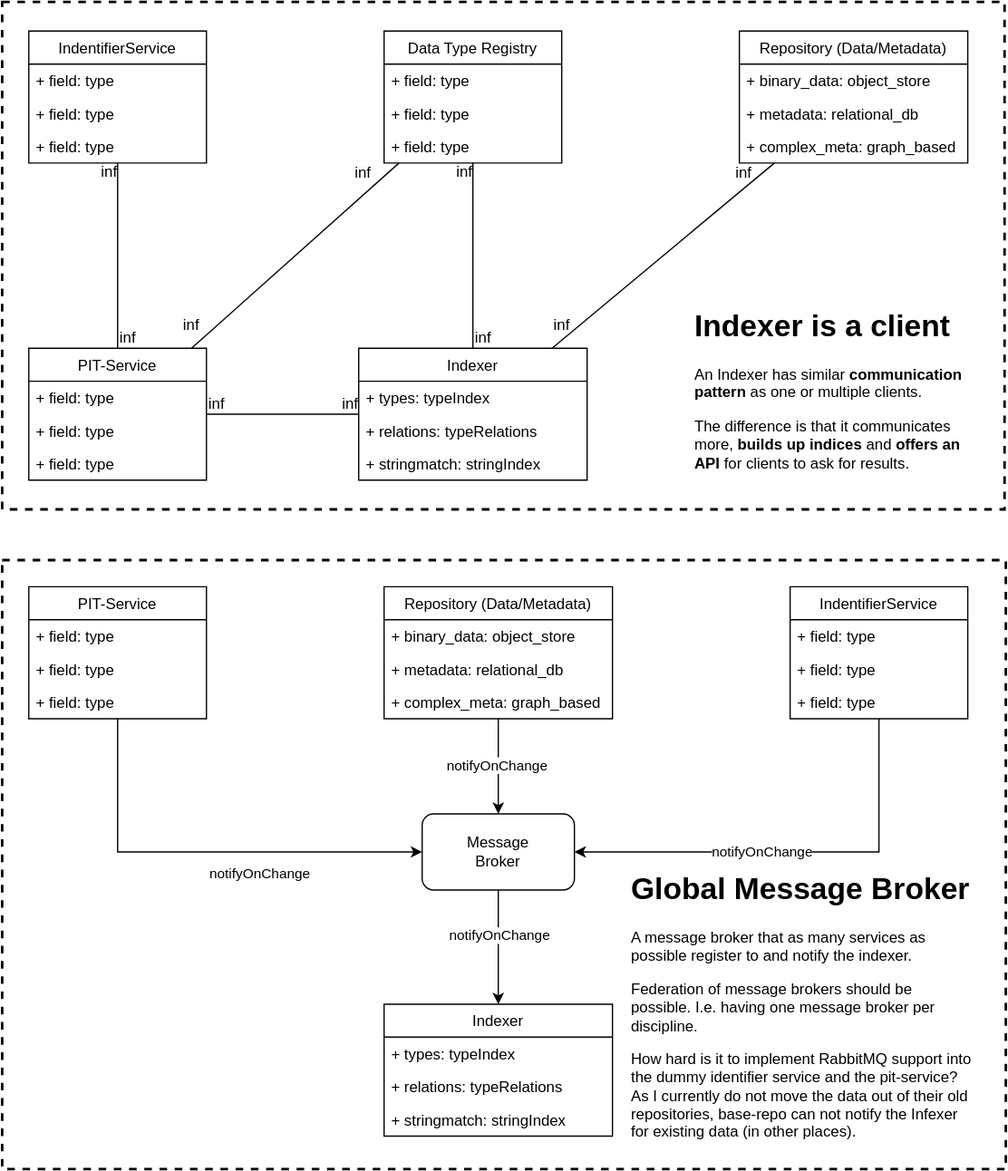
Earlier version of the draw.io export documentation/images/usecase_indexing.drawio.svg (kit-data-manager/testbed4inf). Source tidied: cells renumbered, new cells last; positions are measured from the earlier drawing's top-left corner, leaving out a move shared by most shapes. Its diagram source:
```xml
<mxGraphModel>
  <root>
    <mxCell id="0" />
    <mxCell id="1" parent="0" />
    <mxCell id="2" style="rounded=0;whiteSpace=wrap;html=1;dashed=1;strokeWidth=2;fillColor=none;" parent="1" vertex="1">
      <mxGeometry y="440" width="791" height="480" as="geometry" />
    </mxCell>
    <mxCell id="3" style="rounded=0;whiteSpace=wrap;html=1;dashed=1;strokeWidth=2;fillColor=none;" parent="1" vertex="1">
      <mxGeometry width="790" height="400" as="geometry" />
    </mxCell>
    <mxCell id="4" style="endArrow=none;html=1;rounded=0;" parent="1" edge="1" source="46" target="62">
      <mxGeometry relative="1" as="geometry" />
    </mxCell>
    <mxCell id="5" value="inf" style="html=1;align=left;verticalAlign=bottom;" parent="4" vertex="1">
      <mxGeometry x="-1" relative="1" as="geometry" />
    </mxCell>
    <mxCell id="6" value="inf" style="html=1;align=right;verticalAlign=bottom;" parent="4" vertex="1">
      <mxGeometry x="1" relative="1" as="geometry" />
    </mxCell>
    <mxCell id="7" style="endArrow=none;html=1;rounded=0;" parent="1" edge="1" source="46" target="50">
      <mxGeometry relative="1" as="geometry" />
    </mxCell>
    <mxCell id="8" value="inf" style="html=1;align=left;verticalAlign=bottom;" parent="7" vertex="1">
      <mxGeometry x="-1" relative="1" as="geometry" />
    </mxCell>
    <mxCell id="9" value="inf" style="html=1;align=right;verticalAlign=bottom;" parent="7" vertex="1">
      <mxGeometry x="1" relative="1" as="geometry">
        <mxPoint y="16" as="offset" />
      </mxGeometry>
    </mxCell>
    <mxCell id="10" style="endArrow=none;html=1;rounded=0;" parent="1" edge="1" source="46" target="54">
      <mxGeometry relative="1" as="geometry" />
    </mxCell>
    <mxCell id="11" value="inf" style="html=1;align=left;verticalAlign=bottom;" parent="10" vertex="1">
      <mxGeometry x="-1" relative="1" as="geometry">
        <mxPoint x="-8.2" y="-10" as="offset" />
      </mxGeometry>
    </mxCell>
    <mxCell id="12" value="inf" style="html=1;align=right;verticalAlign=bottom;" parent="10" vertex="1">
      <mxGeometry x="1" relative="1" as="geometry">
        <mxPoint x="-21.8" y="16" as="offset" />
      </mxGeometry>
    </mxCell>
    <mxCell id="13" style="endArrow=none;html=1;rounded=0;exitX=0.5;exitY=0;exitDx=0;exitDy=0;" parent="1" edge="1" source="62" target="54">
      <mxGeometry relative="1" as="geometry" />
    </mxCell>
    <mxCell id="14" value="inf" style="html=1;align=left;verticalAlign=bottom;" parent="13" vertex="1">
      <mxGeometry x="-1" relative="1" as="geometry" />
    </mxCell>
    <mxCell id="15" value="inf" style="html=1;align=right;verticalAlign=bottom;" parent="13" vertex="1">
      <mxGeometry x="1" relative="1" as="geometry">
        <mxPoint y="16" as="offset" />
      </mxGeometry>
    </mxCell>
    <mxCell id="16" style="endArrow=none;html=1;rounded=0;" parent="1" edge="1" source="62" target="58">
      <mxGeometry relative="1" as="geometry" />
    </mxCell>
    <mxCell id="17" value="inf" style="html=1;align=left;verticalAlign=bottom;" parent="16" vertex="1">
      <mxGeometry x="-1" relative="1" as="geometry">
        <mxPoint y="-10" as="offset" />
      </mxGeometry>
    </mxCell>
    <mxCell id="18" value="inf" style="html=1;align=right;verticalAlign=bottom;" parent="16" vertex="1">
      <mxGeometry x="1" relative="1" as="geometry">
        <mxPoint x="-17.8" y="16" as="offset" />
      </mxGeometry>
    </mxCell>
    <mxCell id="19" value="&lt;h1&gt;Indexer is a client&lt;/h1&gt;&lt;p&gt;An Indexer has similar &lt;b&gt;communication pattern&lt;/b&gt; as one or multiple clients.&lt;/p&gt;&lt;p&gt;The difference is that it communicates more, &lt;b&gt;builds up indices&lt;/b&gt; and &lt;b&gt;offers an API&lt;/b&gt; for clients to ask for results.&lt;/p&gt;" style="text;html=1;strokeColor=none;fillColor=none;spacing=5;spacingTop=-20;whiteSpace=wrap;overflow=hidden;rounded=0;" parent="1" vertex="1">
      <mxGeometry x="541" y="236" width="220" height="141" as="geometry" />
    </mxCell>
    <mxCell id="20" style="edgeStyle=orthogonalEdgeStyle;rounded=0;jettySize=auto;html=1;entryX=0;entryY=0.5;entryDx=0;entryDy=0;" parent="1" edge="1" source="22" target="34">
      <mxGeometry relative="1" as="geometry">
        <Array as="points">
          <mxPoint x="91" y="670" />
        </Array>
      </mxGeometry>
    </mxCell>
    <mxCell id="21" value="notifyOnChange" style="edgeLabel;html=1;align=center;verticalAlign=middle;" parent="20" vertex="1">
      <mxGeometry x="0.2" relative="1" as="geometry">
        <mxPoint x="10" y="16.7" as="offset" />
      </mxGeometry>
    </mxCell>
    <mxCell id="22" value="PIT-Service" style="swimlane;fontStyle=0;horizontal=1;startSize=26;fillColor=none;" parent="1" vertex="1">
      <mxGeometry x="21" y="461" width="140" height="104" as="geometry" />
    </mxCell>
    <mxCell id="23" value="+ field: type" style="text;strokeColor=none;fillColor=none;align=left;verticalAlign=top;spacingLeft=4;spacingRight=4;overflow=hidden;" parent="22" vertex="1">
      <mxGeometry y="26" width="140" height="26" as="geometry" />
    </mxCell>
    <mxCell id="24" value="+ field: type" style="text;strokeColor=none;fillColor=none;align=left;verticalAlign=top;spacingLeft=4;spacingRight=4;overflow=hidden;" parent="22" vertex="1">
      <mxGeometry y="52" width="140" height="26" as="geometry" />
    </mxCell>
    <mxCell id="25" value="+ field: type" style="text;strokeColor=none;fillColor=none;align=left;verticalAlign=top;spacingLeft=4;spacingRight=4;overflow=hidden;" parent="22" vertex="1">
      <mxGeometry y="78" width="140" height="26" as="geometry" />
    </mxCell>
    <mxCell id="26" style="edgeStyle=orthogonalEdgeStyle;rounded=0;jettySize=auto;html=1;" parent="1" edge="1" source="28" target="34">
      <mxGeometry relative="1" as="geometry">
        <Array as="points">
          <mxPoint x="691" y="670" />
        </Array>
      </mxGeometry>
    </mxCell>
    <mxCell id="27" value="notifyOnChange" style="edgeLabel;html=1;align=center;verticalAlign=middle;" parent="26" vertex="1">
      <mxGeometry x="0.27" y="3" relative="1" as="geometry">
        <mxPoint x="22.1" y="-3" as="offset" />
      </mxGeometry>
    </mxCell>
    <mxCell id="28" value="IndentifierService" style="swimlane;fontStyle=0;horizontal=1;startSize=26;fillColor=none;" parent="1" vertex="1">
      <mxGeometry x="621" y="461" width="140" height="104" as="geometry" />
    </mxCell>
    <mxCell id="29" value="+ field: type" style="text;strokeColor=none;fillColor=none;align=left;verticalAlign=top;spacingLeft=4;spacingRight=4;overflow=hidden;" parent="28" vertex="1">
      <mxGeometry y="26" width="140" height="26" as="geometry" />
    </mxCell>
    <mxCell id="30" value="+ field: type" style="text;strokeColor=none;fillColor=none;align=left;verticalAlign=top;spacingLeft=4;spacingRight=4;overflow=hidden;" parent="28" vertex="1">
      <mxGeometry y="52" width="140" height="26" as="geometry" />
    </mxCell>
    <mxCell id="31" value="+ field: type" style="text;strokeColor=none;fillColor=none;align=left;verticalAlign=top;spacingLeft=4;spacingRight=4;overflow=hidden;" parent="28" vertex="1">
      <mxGeometry y="78" width="140" height="26" as="geometry" />
    </mxCell>
    <mxCell id="32" style="edgeStyle=orthogonalEdgeStyle;rounded=0;jettySize=auto;html=1;" parent="1" edge="1" source="34" target="41">
      <mxGeometry relative="1" as="geometry" />
    </mxCell>
    <mxCell id="33" value="notifyOnChange" style="edgeLabel;html=1;align=center;verticalAlign=middle;" parent="32" vertex="1">
      <mxGeometry x="-0.23" y="1" relative="1" as="geometry" />
    </mxCell>
    <mxCell id="34" value="Message&lt;br&gt;Broker" style="rounded=1;whiteSpace=wrap;html=1;" parent="1" vertex="1">
      <mxGeometry x="331" y="640" width="120" height="60" as="geometry" />
    </mxCell>
    <mxCell id="35" style="edgeStyle=orthogonalEdgeStyle;rounded=0;jettySize=auto;html=1;" parent="1" edge="1" source="37" target="34">
      <mxGeometry relative="1" as="geometry" />
    </mxCell>
    <mxCell id="36" value="notifyOnChange" style="edgeLabel;html=1;align=center;verticalAlign=middle;" parent="35" vertex="1">
      <mxGeometry x="-0.02" y="-1" relative="1" as="geometry" />
    </mxCell>
    <mxCell id="37" value="Repository (Data/Metadata)" style="swimlane;fontStyle=0;horizontal=1;startSize=26;fillColor=none;" parent="1" vertex="1">
      <mxGeometry x="301" y="461" width="180" height="104" as="geometry" />
    </mxCell>
    <mxCell id="38" value="+ binary_data: object_store" style="text;strokeColor=none;fillColor=none;align=left;verticalAlign=top;spacingLeft=4;spacingRight=4;overflow=hidden;" parent="37" vertex="1">
      <mxGeometry y="26" width="180" height="26" as="geometry" />
    </mxCell>
    <mxCell id="39" value="+ metadata: relational_db" style="text;strokeColor=none;fillColor=none;align=left;verticalAlign=top;spacingLeft=4;spacingRight=4;overflow=hidden;" parent="37" vertex="1">
      <mxGeometry y="52" width="180" height="26" as="geometry" />
    </mxCell>
    <mxCell id="40" value="+ complex_meta: graph_based" style="text;strokeColor=none;fillColor=none;align=left;verticalAlign=top;spacingLeft=4;spacingRight=4;overflow=hidden;" parent="37" vertex="1">
      <mxGeometry y="78" width="180" height="26" as="geometry" />
    </mxCell>
    <mxCell id="41" value="Indexer" style="swimlane;fontStyle=0;horizontal=1;startSize=26;fillColor=none;" parent="1" vertex="1">
      <mxGeometry x="301" y="790" width="180" height="104" as="geometry" />
    </mxCell>
    <mxCell id="42" value="+ types: typeIndex" style="text;strokeColor=none;fillColor=none;align=left;verticalAlign=top;spacingLeft=4;spacingRight=4;overflow=hidden;" parent="41" vertex="1">
      <mxGeometry y="26" width="180" height="26" as="geometry" />
    </mxCell>
    <mxCell id="43" value="+ relations: typeRelations" style="text;strokeColor=none;fillColor=none;align=left;verticalAlign=top;spacingLeft=4;spacingRight=4;overflow=hidden;" parent="41" vertex="1">
      <mxGeometry y="52" width="180" height="26" as="geometry" />
    </mxCell>
    <mxCell id="44" value="+ stringmatch: stringIndex" style="text;strokeColor=none;fillColor=none;align=left;verticalAlign=top;spacingLeft=4;spacingRight=4;overflow=hidden;" parent="41" vertex="1">
      <mxGeometry y="78" width="180" height="26" as="geometry" />
    </mxCell>
    <mxCell id="45" value="&lt;h1&gt;Global Message Broker&lt;/h1&gt;&lt;p&gt;A message broker that as many services as possible register to and notify the indexer.&lt;/p&gt;&lt;p&gt;Federation of message brokers should be possible. I.e. having one message broker per discipline.&lt;/p&gt;&lt;p&gt;How hard is it to implement RabbitMQ support into the dummy identifier service and the pit-service? As I currently do not move the data out of their old repositories, base-repo can not notify the Infexer for existing data (in other places).&lt;/p&gt;" style="text;html=1;strokeColor=none;fillColor=none;spacing=5;spacingTop=-20;whiteSpace=wrap;overflow=hidden;rounded=0;" parent="1" vertex="1">
      <mxGeometry x="491" y="680" width="280" height="220" as="geometry" />
    </mxCell>
    <mxCell id="46" value="PIT-Service" style="swimlane;fontStyle=0;horizontal=1;startSize=26;fillColor=none;" parent="1" vertex="1">
      <mxGeometry x="21" y="273" width="140" height="104" as="geometry" />
    </mxCell>
    <mxCell id="47" value="+ field: type" style="text;strokeColor=none;fillColor=none;align=left;verticalAlign=top;spacingLeft=4;spacingRight=4;overflow=hidden;" parent="46" vertex="1">
      <mxGeometry y="26" width="140" height="26" as="geometry" />
    </mxCell>
    <mxCell id="48" value="+ field: type" style="text;strokeColor=none;fillColor=none;align=left;verticalAlign=top;spacingLeft=4;spacingRight=4;overflow=hidden;" parent="46" vertex="1">
      <mxGeometry y="52" width="140" height="26" as="geometry" />
    </mxCell>
    <mxCell id="49" value="+ field: type" style="text;strokeColor=none;fillColor=none;align=left;verticalAlign=top;spacingLeft=4;spacingRight=4;overflow=hidden;" parent="46" vertex="1">
      <mxGeometry y="78" width="140" height="26" as="geometry" />
    </mxCell>
    <mxCell id="50" value="IndentifierService" style="swimlane;fontStyle=0;horizontal=1;startSize=26;fillColor=none;" parent="1" vertex="1">
      <mxGeometry x="21" y="23" width="140" height="104" as="geometry" />
    </mxCell>
    <mxCell id="51" value="+ field: type" style="text;strokeColor=none;fillColor=none;align=left;verticalAlign=top;spacingLeft=4;spacingRight=4;overflow=hidden;" parent="50" vertex="1">
      <mxGeometry y="26" width="140" height="26" as="geometry" />
    </mxCell>
    <mxCell id="52" value="+ field: type" style="text;strokeColor=none;fillColor=none;align=left;verticalAlign=top;spacingLeft=4;spacingRight=4;overflow=hidden;" parent="50" vertex="1">
      <mxGeometry y="52" width="140" height="26" as="geometry" />
    </mxCell>
    <mxCell id="53" value="+ field: type" style="text;strokeColor=none;fillColor=none;align=left;verticalAlign=top;spacingLeft=4;spacingRight=4;overflow=hidden;" parent="50" vertex="1">
      <mxGeometry y="78" width="140" height="26" as="geometry" />
    </mxCell>
    <mxCell id="54" value="Data Type Registry" style="swimlane;fontStyle=0;horizontal=1;startSize=26;fillColor=none;" parent="1" vertex="1">
      <mxGeometry x="301" y="23" width="140" height="104" as="geometry" />
    </mxCell>
    <mxCell id="55" value="+ field: type" style="text;strokeColor=none;fillColor=none;align=left;verticalAlign=top;spacingLeft=4;spacingRight=4;overflow=hidden;" parent="54" vertex="1">
      <mxGeometry y="26" width="140" height="26" as="geometry" />
    </mxCell>
    <mxCell id="56" value="+ field: type" style="text;strokeColor=none;fillColor=none;align=left;verticalAlign=top;spacingLeft=4;spacingRight=4;overflow=hidden;" parent="54" vertex="1">
      <mxGeometry y="52" width="140" height="26" as="geometry" />
    </mxCell>
    <mxCell id="57" value="+ field: type" style="text;strokeColor=none;fillColor=none;align=left;verticalAlign=top;spacingLeft=4;spacingRight=4;overflow=hidden;" parent="54" vertex="1">
      <mxGeometry y="78" width="140" height="26" as="geometry" />
    </mxCell>
    <mxCell id="58" value="Repository (Data/Metadata)" style="swimlane;fontStyle=0;horizontal=1;startSize=26;fillColor=none;" parent="1" vertex="1">
      <mxGeometry x="581" y="23" width="180" height="104" as="geometry" />
    </mxCell>
    <mxCell id="59" value="+ binary_data: object_store" style="text;strokeColor=none;fillColor=none;align=left;verticalAlign=top;spacingLeft=4;spacingRight=4;overflow=hidden;" parent="58" vertex="1">
      <mxGeometry y="26" width="180" height="26" as="geometry" />
    </mxCell>
    <mxCell id="60" value="+ metadata: relational_db" style="text;strokeColor=none;fillColor=none;align=left;verticalAlign=top;spacingLeft=4;spacingRight=4;overflow=hidden;" parent="58" vertex="1">
      <mxGeometry y="52" width="180" height="26" as="geometry" />
    </mxCell>
    <mxCell id="61" value="+ complex_meta: graph_based" style="text;strokeColor=none;fillColor=none;align=left;verticalAlign=top;spacingLeft=4;spacingRight=4;overflow=hidden;" parent="58" vertex="1">
      <mxGeometry y="78" width="180" height="26" as="geometry" />
    </mxCell>
    <mxCell id="62" value="Indexer" style="swimlane;fontStyle=0;horizontal=1;startSize=26;fillColor=none;" parent="1" vertex="1">
      <mxGeometry x="281" y="273" width="180" height="104" as="geometry" />
    </mxCell>
    <mxCell id="63" value="+ types: typeIndex" style="text;strokeColor=none;fillColor=none;align=left;verticalAlign=top;spacingLeft=4;spacingRight=4;overflow=hidden;" parent="62" vertex="1">
      <mxGeometry y="26" width="180" height="26" as="geometry" />
    </mxCell>
    <mxCell id="64" value="+ relations: typeRelations" style="text;strokeColor=none;fillColor=none;align=left;verticalAlign=top;spacingLeft=4;spacingRight=4;overflow=hidden;" parent="62" vertex="1">
      <mxGeometry y="52" width="180" height="26" as="geometry" />
    </mxCell>
    <mxCell id="65" value="+ stringmatch: stringIndex" style="text;strokeColor=none;fillColor=none;align=left;verticalAlign=top;spacingLeft=4;spacingRight=4;overflow=hidden;" parent="62" vertex="1">
      <mxGeometry y="78" width="180" height="26" as="geometry" />
    </mxCell>
  </root>
</mxGraphModel>
```
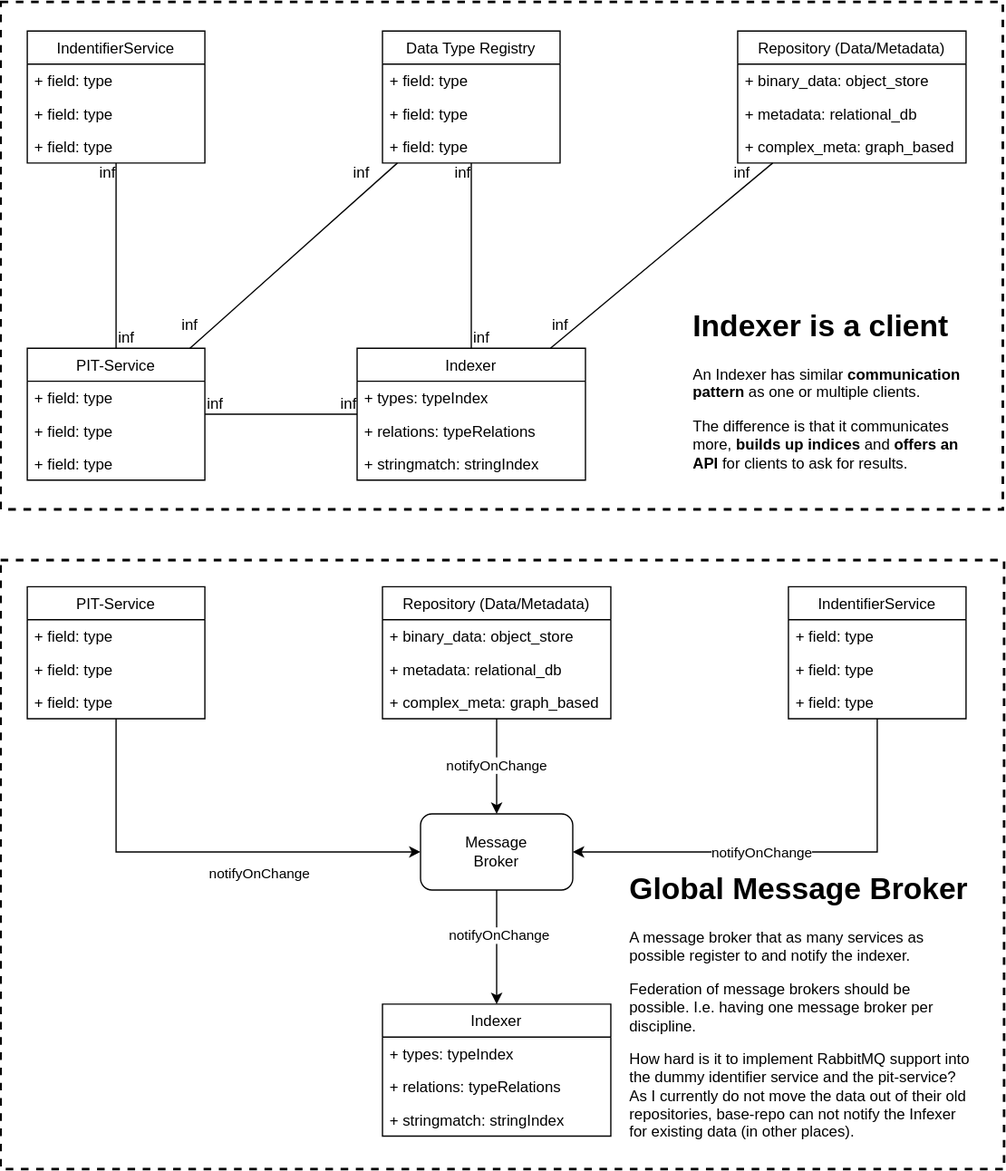
Above is the later version.

Diff of the diagram source:
```diff
@@ -2,10 +2,10 @@
   <root>
     <mxCell id="0" />
     <mxCell id="1" parent="0" />
-    <mxCell id="2" style="rounded=0;whiteSpace=wrap;html=1;dashed=1;strokeWidth=2;fillColor=none;" parent="1" vertex="1">
+    <mxCell id="2" style="rounded=0;whiteSpace=wrap;html=1;dashed=1;strokeWidth=2;" parent="1" vertex="1">
       <mxGeometry y="440" width="791" height="480" as="geometry" />
     </mxCell>
-    <mxCell id="3" style="rounded=0;whiteSpace=wrap;html=1;dashed=1;strokeWidth=2;fillColor=none;" parent="1" vertex="1">
+    <mxCell id="3" style="rounded=0;whiteSpace=wrap;html=1;dashed=1;strokeWidth=2;" parent="1" vertex="1">
       <mxGeometry width="790" height="400" as="geometry" />
     </mxCell>
     <mxCell id="4" style="endArrow=none;html=1;rounded=0;" parent="1" edge="1" source="46" target="62">
```
